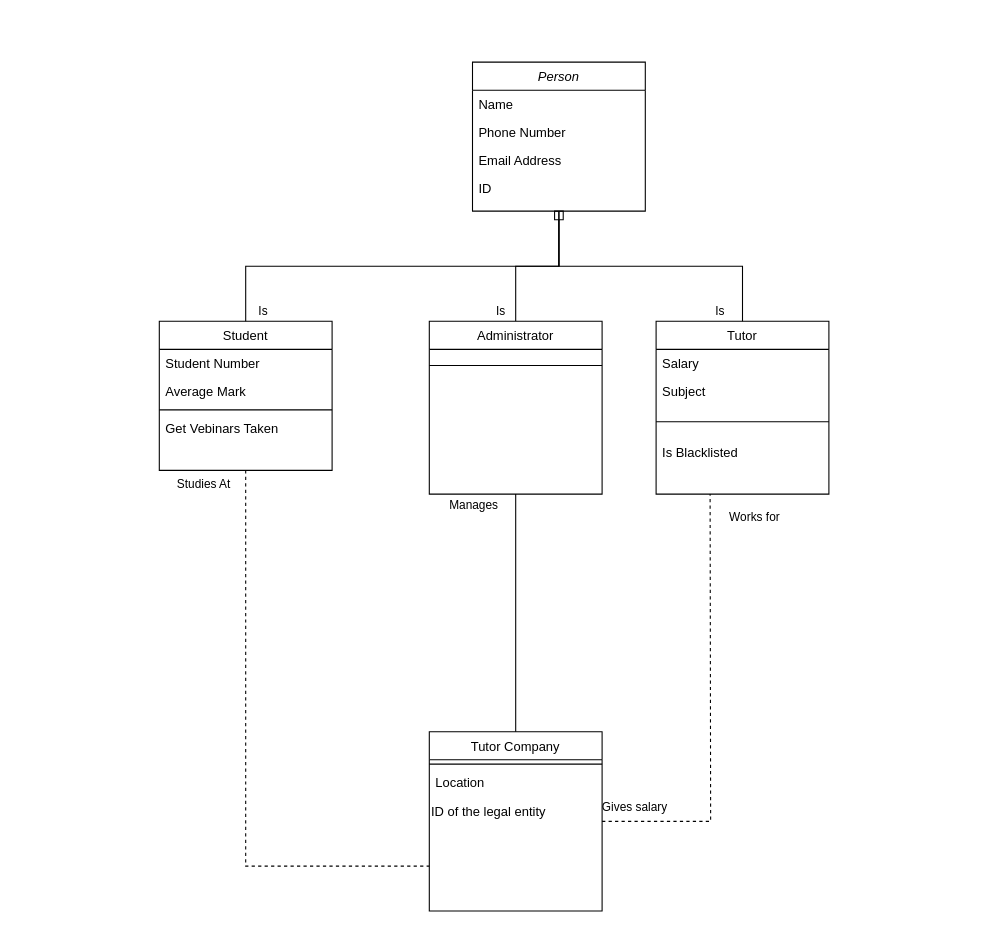
The draw.io diagram er_diagramm.drawio in H0p1ty/data_bases, before the edit. Source tidied: cells renumbered, new cells numbered last; positions are measured from the earlier drawing's top-left corner, leaving out a move shared by most shapes. Both pictures are drawn from the tidied source at 108%, with x=0, y=0 at pixel (159, 62).
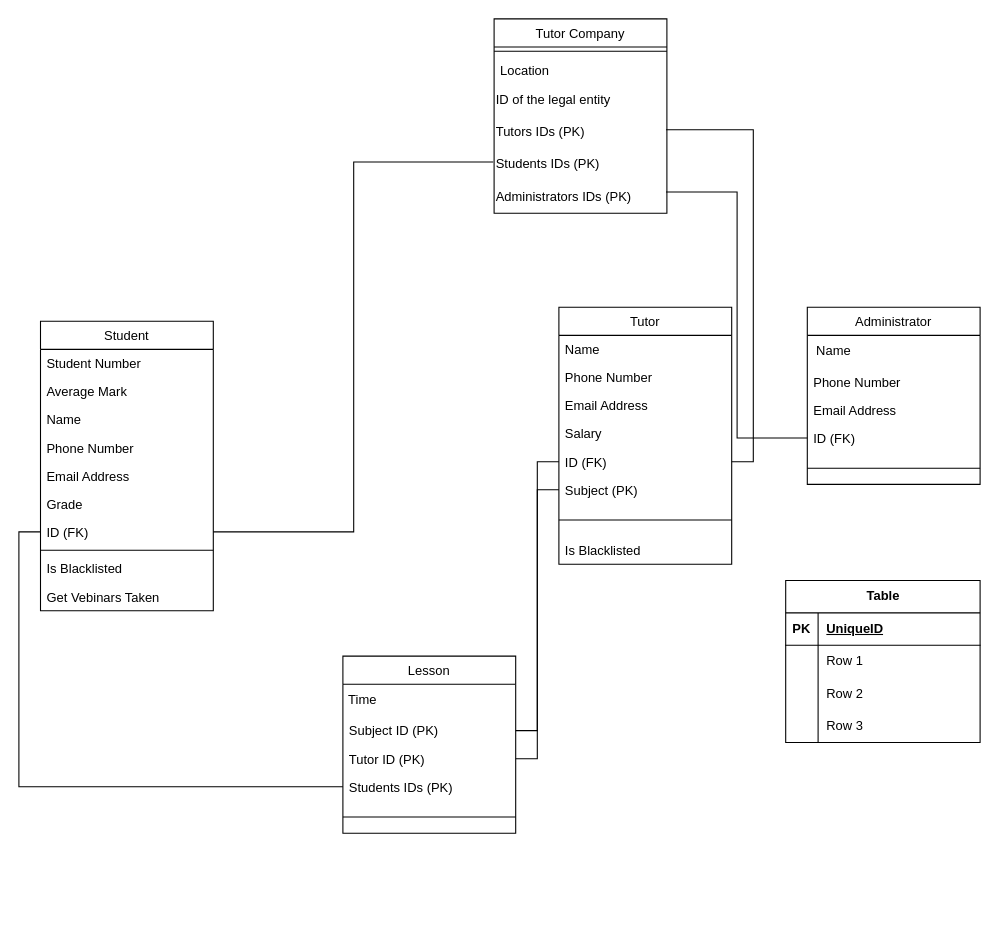
Above is the later version.

Diff of the diagram source:
```diff
@@
-    <mxCell id="2" value="Person" style="swimlane;fontStyle=2;align=center;verticalAlign=top;horizontal=1;startSize=26;rounded=0;shadow=0;strokeWidth=1;" parent="1" vertex="1">
-      <mxGeometry x="290" width="160" height="138" as="geometry" />
-    </mxCell>
+    <mxCell id="9" value="Student" style="swimlane;fontStyle=0;align=center;verticalAlign=top;horizontal=1;startSize=26;rounded=0;shadow=0;strokeWidth=1;" parent="1" vertex="1">
+      <mxGeometry x="-110" y="240" width="160" height="268" as="geometry" />
+    </mxCell>
+    <mxCell id="10" value="Student Number" style="text;align=left;verticalAlign=top;spacingLeft=4;spacingRight=4;overflow=hidden;" parent="9" vertex="1">
+      <mxGeometry y="26" width="160" height="26" as="geometry" />
+    </mxCell>
+    <mxCell id="11" value="Average Mark" style="text;align=left;verticalAlign=top;spacingLeft=4;spacingRight=4;overflow=hidden;rounded=0;shadow=0;html=0;" parent="9" vertex="1">
+      <mxGeometry y="52" width="160" height="26" as="geometry" />
+    </mxCell>
+    <mxCell id="36" value="Name" style="text;align=left;verticalAlign=top;spacingLeft=4;spacingRight=4;overflow=hidden;" parent="9" vertex="1">
+      <mxGeometry y="78" width="160" height="26" as="geometry" />
+    </mxCell>
+    <mxCell id="37" value="Phone Number" style="text;align=left;verticalAlign=top;spacingLeft=4;spacingRight=4;overflow=hidden;rounded=0;shadow=0;html=0;" parent="9" vertex="1">
+      <mxGeometry y="104" width="160" height="26" as="geometry" />
+    </mxCell>
+    <mxCell id="38" value="Email Address" style="text;align=left;verticalAlign=top;spacingLeft=4;spacingRight=4;overflow=hidden;rounded=0;shadow=0;html=0;" parent="9" vertex="1">
+      <mxGeometry y="130" width="160" height="26" as="geometry" />
+    </mxCell>
+    <mxCell id="39" value="Grade" style="text;align=left;verticalAlign=top;spacingLeft=4;spacingRight=4;overflow=hidden;rounded=0;shadow=0;html=0;" parent="9" vertex="1">
+      <mxGeometry y="156" width="160" height="26" as="geometry" />
+    </mxCell>
+    <mxCell id="40" value="ID (FK)" style="text;align=left;verticalAlign=top;spacingLeft=4;spacingRight=4;overflow=hidden;points=[[0,0.5],[1,0.5]];portConstraint=eastwest;" parent="9" vertex="1">
+      <mxGeometry y="182" width="160" height="26" as="geometry" />
+    </mxCell>
+    <mxCell id="12" style="line;html=1;strokeWidth=1;align=left;verticalAlign=middle;spacingTop=-1;spacingLeft=3;spacingRight=3;labelPosition=right;" parent="9" vertex="1">
+      <mxGeometry y="208" width="160" height="8" as="geometry" />
+    </mxCell>
+    <mxCell id="41" value="Is Blacklisted" style="text;align=left;verticalAlign=top;spacingLeft=4;spacingRight=4;overflow=hidden;" parent="9" vertex="1">
+      <mxGeometry y="216" width="160" height="26" as="geometry" />
+    </mxCell>
+    <mxCell id="13" value="Get Vebinars Taken" style="text;align=left;verticalAlign=top;spacingLeft=4;spacingRight=4;overflow=hidden;" parent="9" vertex="1">
+      <mxGeometry y="242" width="160" height="26" as="geometry" />
+    </mxCell>
+    <mxCell id="15" value="Tutor" style="swimlane;fontStyle=0;align=center;verticalAlign=top;horizontal=1;startSize=26;rounded=0;shadow=0;strokeWidth=1;" parent="1" vertex="1">
+      <mxGeometry x="370" y="227" width="160" height="238" as="geometry" />
+    </mxCell>
-    <mxCell id="3" value="Name" style="text;align=left;verticalAlign=top;spacingLeft=4;spacingRight=4;overflow=hidden;" parent="2" vertex="1">
+    <mxCell id="3" value="Name" style="text;align=left;verticalAlign=top;spacingLeft=4;spacingRight=4;overflow=hidden;" parent="15" vertex="1">
       <mxGeometry y="26" width="160" height="26" as="geometry" />
     </mxCell>
-    <mxCell id="4" value="Phone Number" style="text;align=left;verticalAlign=top;spacingLeft=4;spacingRight=4;overflow=hidden;rounded=0;shadow=0;html=0;" parent="2" vertex="1">
+    <mxCell id="4" value="Phone Number" style="text;align=left;verticalAlign=top;spacingLeft=4;spacingRight=4;overflow=hidden;rounded=0;shadow=0;html=0;" parent="15" vertex="1">
       <mxGeometry y="52" width="160" height="26" as="geometry" />
     </mxCell>
-    <mxCell id="5" value="Email Address" style="text;align=left;verticalAlign=top;spacingLeft=4;spacingRight=4;overflow=hidden;rounded=0;shadow=0;html=0;" parent="2" vertex="1">
+    <mxCell id="5" value="Email Address" style="text;align=left;verticalAlign=top;spacingLeft=4;spacingRight=4;overflow=hidden;rounded=0;shadow=0;html=0;" parent="15" vertex="1">
       <mxGeometry y="78" width="160" height="26" as="geometry" />
     </mxCell>
-    <mxCell id="6" value="ID" style="text;align=left;verticalAlign=top;spacingLeft=4;spacingRight=4;overflow=hidden;" parent="2" vertex="1">
-      <mxGeometry y="104" width="160" height="26" as="geometry" />
-    </mxCell>
-    <mxCell id="7" style="edgeStyle=orthogonalEdgeStyle;rounded=0;jettySize=auto;html=1;exitX=0.5;exitY=1;exitDx=0;exitDy=0;entryX=0;entryY=0.75;entryDx=0;entryDy=0;endArrow=none;endFill=0;dashed=1;" parent="1" edge="1" source="9" target="23">
-      <mxGeometry relative="1" as="geometry" />
-    </mxCell>
-    <mxCell id="8" value="Studies At" style="edgeLabel;html=1;align=center;verticalAlign=middle;" parent="7" vertex="1">
-      <mxGeometry x="0.57" y="2" relative="1" as="geometry">
-        <mxPoint x="-94" y="-352" as="offset" />
-      </mxGeometry>
-    </mxCell>
-    <mxCell id="9" value="Student" style="swimlane;fontStyle=0;align=center;verticalAlign=top;horizontal=1;startSize=26;rounded=0;shadow=0;strokeWidth=1;" parent="1" vertex="1">
-      <mxGeometry y="240" width="160" height="138" as="geometry" />
-    </mxCell>
-    <mxCell id="10" value="Student Number" style="text;align=left;verticalAlign=top;spacingLeft=4;spacingRight=4;overflow=hidden;" parent="9" vertex="1">
-      <mxGeometry y="26" width="160" height="26" as="geometry" />
-    </mxCell>
-    <mxCell id="11" value="Average Mark" style="text;align=left;verticalAlign=top;spacingLeft=4;spacingRight=4;overflow=hidden;rounded=0;shadow=0;html=0;" parent="9" vertex="1">
-      <mxGeometry y="52" width="160" height="26" as="geometry" />
-    </mxCell>
-    <mxCell id="12" style="line;html=1;strokeWidth=1;align=left;verticalAlign=middle;spacingTop=-1;spacingLeft=3;spacingRight=3;labelPosition=right;" parent="9" vertex="1">
-      <mxGeometry y="78" width="160" height="8" as="geometry" />
-    </mxCell>
-    <mxCell id="13" value="Get Vebinars Taken" style="text;align=left;verticalAlign=top;spacingLeft=4;spacingRight=4;overflow=hidden;" parent="9" vertex="1">
-      <mxGeometry y="86" width="160" height="26" as="geometry" />
-    </mxCell>
-    <mxCell id="14" style="endArrow=none;endSize=10;endFill=0;shadow=0;strokeWidth=1;rounded=0;curved=0;edgeStyle=elbowEdgeStyle;elbow=vertical;" parent="1" edge="1" source="9" target="2">
-      <mxGeometry relative="1" as="geometry" />
-    </mxCell>
-    <mxCell id="15" value="Tutor" style="swimlane;fontStyle=0;align=center;verticalAlign=top;horizontal=1;startSize=26;rounded=0;shadow=0;strokeWidth=1;" parent="1" vertex="1">
-      <mxGeometry x="460" y="240" width="160" height="160" as="geometry" />
-    </mxCell>
     <mxCell id="16" value="Salary" style="text;align=left;verticalAlign=top;spacingLeft=4;spacingRight=4;overflow=hidden;" parent="15" vertex="1">
-      <mxGeometry y="26" width="160" height="26" as="geometry" />
+      <mxGeometry y="104" width="160" height="26" as="geometry" />
     </mxCell>
+    <mxCell id="42" value="ID (FK)" style="text;align=left;verticalAlign=top;spacingLeft=4;spacingRight=4;overflow=hidden;points=[[0,0.5],[1,0.5]];portConstraint=eastwest;" parent="15" vertex="1">
+      <mxGeometry y="130" width="160" height="26" as="geometry" />
+    </mxCell>
-    <mxCell id="17" value="Subject" style="text;align=left;verticalAlign=top;spacingLeft=4;spacingRight=4;overflow=hidden;points=[[0,0.5],[1,0.5]];portConstraint=eastwest;" parent="15" vertex="1">
-      <mxGeometry y="52" width="160" height="26" as="geometry" />
+    <mxCell id="17" value="Subject (PK)" style="text;align=left;verticalAlign=top;spacingLeft=4;spacingRight=4;overflow=hidden;points=[[0,0.5],[1,0.5]];portConstraint=eastwest;" parent="15" vertex="1">
+      <mxGeometry y="156" width="160" height="26" as="geometry" />
     </mxCell>
     <mxCell id="18" style="line;html=1;strokeWidth=1;align=left;verticalAlign=middle;spacingTop=-1;spacingLeft=3;spacingRight=3;labelPosition=right;" parent="15" vertex="1">
-      <mxGeometry y="78" width="160" height="30" as="geometry" />
+      <mxGeometry y="182" width="160" height="30" as="geometry" />
     </mxCell>
     <mxCell id="19" value="Is Blacklisted" style="text;align=left;verticalAlign=top;spacingLeft=4;spacingRight=4;overflow=hidden;" parent="15" vertex="1">
-      <mxGeometry y="108" width="160" height="26" as="geometry" />
+      <mxGeometry y="212" width="160" height="26" as="geometry" />
     </mxCell>
-    <mxCell id="20" style="endArrow=none;endSize=10;endFill=0;shadow=0;strokeWidth=1;rounded=0;curved=0;edgeStyle=elbowEdgeStyle;elbow=vertical;" parent="1" edge="1" source="15" target="2">
-      <mxGeometry relative="1" as="geometry" />
-    </mxCell>
-    <mxCell id="21" style="edgeStyle=orthogonalEdgeStyle;rounded=0;jettySize=auto;html=1;endArrow=none;endFill=0;dashed=1;" parent="1" edge="1" source="23">
-      <mxGeometry relative="1" as="geometry">
-        <mxPoint x="510" y="400" as="targetPoint" />
-      </mxGeometry>
-    </mxCell>
-    <mxCell id="22" value="Gives salary" style="edgeLabel;html=1;align=center;verticalAlign=middle;" parent="21" vertex="1">
-      <mxGeometry x="-0.46" relative="1" as="geometry">
-        <mxPoint x="-71" y="-5" as="offset" />
-      </mxGeometry>
-    </mxCell>
     <mxCell id="23" value="Tutor Company" style="swimlane;fontStyle=0;align=center;verticalAlign=top;horizontal=1;startSize=26;rounded=0;shadow=0;strokeWidth=1;" parent="1" vertex="1">
-      <mxGeometry x="250" y="620" width="160" height="166" as="geometry" />
+      <mxGeometry x="310" y="-40" width="160" height="180" as="geometry" />
     </mxCell>
@@
-    <mxCell id="27" style="edgeStyle=orthogonalEdgeStyle;rounded=0;jettySize=auto;html=1;exitX=0.5;exitY=1;exitDx=0;exitDy=0;entryX=0.5;entryY=0;entryDx=0;entryDy=0;endArrow=none;endFill=0;" parent="1" edge="1" source="30" target="23">
-      <mxGeometry relative="1" as="geometry" />
-    </mxCell>
-    <mxCell id="28" value="Manages" style="edgeLabel;html=1;align=center;verticalAlign=middle;" parent="27" vertex="1">
-      <mxGeometry y="-3" relative="1" as="geometry">
-        <mxPoint x="-37" y="-101" as="offset" />
-      </mxGeometry>
-    </mxCell>
-    <mxCell id="29" style="edgeStyle=orthogonalEdgeStyle;rounded=0;jettySize=auto;html=1;entryX=0.5;entryY=1;entryDx=0;entryDy=0;endArrow=box;endFill=0;" parent="1" edge="1" source="30" target="2">
-      <mxGeometry relative="1" as="geometry" />
-    </mxCell>
+    <mxCell id="43" value="Tutors IDs (PK)" style="text;html=1;align=left;verticalAlign=middle;points=[];strokeColor=none;fillColor=none;" parent="23" vertex="1">
+      <mxGeometry y="90" width="160" height="30" as="geometry" />
+    </mxCell>
+    <mxCell id="44" value="Students IDs (PK)" style="text;html=1;align=left;verticalAlign=middle;points=[];strokeColor=none;fillColor=none;" parent="23" vertex="1">
+      <mxGeometry y="120" width="160" height="30" as="geometry" />
+    </mxCell>
+    <mxCell id="45" value="Administrators IDs (PK)" style="text;html=1;align=left;verticalAlign=middle;points=[];strokeColor=none;fillColor=none;" parent="23" vertex="1">
+      <mxGeometry y="150" width="160" height="30" as="geometry" />
+    </mxCell>
     <mxCell id="30" value="Administrator" style="swimlane;fontStyle=0;align=center;verticalAlign=top;horizontal=1;startSize=26;rounded=0;shadow=0;strokeWidth=1;" parent="1" vertex="1">
-      <mxGeometry x="250" y="240" width="160" height="160" as="geometry" />
+      <mxGeometry x="600" y="227" width="160" height="164" as="geometry" />
     </mxCell>
+    <mxCell id="46" value="&lt;span style=&quot;&quot;&gt;&amp;nbsp; Name&lt;/span&gt;" style="text;html=1;align=left;verticalAlign=middle;strokeColor=none;fillColor=none;" parent="30" vertex="1">
+      <mxGeometry y="26" width="160" height="30" as="geometry" />
+    </mxCell>
+    <mxCell id="47" value="Phone Number" style="text;align=left;verticalAlign=top;spacingLeft=4;spacingRight=4;overflow=hidden;rounded=0;shadow=0;html=0;" parent="30" vertex="1">
+      <mxGeometry y="56" width="160" height="26" as="geometry" />
+    </mxCell>
+    <mxCell id="48" value="Email Address" style="text;align=left;verticalAlign=top;spacingLeft=4;spacingRight=4;overflow=hidden;rounded=0;shadow=0;html=0;" parent="30" vertex="1">
+      <mxGeometry y="82" width="160" height="26" as="geometry" />
+    </mxCell>
+    <mxCell id="49" value="ID (FK)" style="text;align=left;verticalAlign=top;spacingLeft=4;spacingRight=4;overflow=hidden;points=[[0,0.5],[1,0.5]];portConstraint=eastwest;" parent="30" vertex="1">
+      <mxGeometry y="108" width="160" height="26" as="geometry" />
+    </mxCell>
     <mxCell id="31" style="line;html=1;strokeWidth=1;align=left;verticalAlign=middle;spacingTop=-1;spacingLeft=3;spacingRight=3;labelPosition=right;" parent="30" vertex="1">
-      <mxGeometry y="26" width="160" height="30" as="geometry" />
+      <mxGeometry y="134" width="160" height="30" as="geometry" />
     </mxCell>
-    <mxCell id="32" value="Works for" style="edgeLabel;html=1;align=center;verticalAlign=middle;" parent="1" vertex="1">
-      <mxGeometry x="550" y="420" as="geometry" />
-    </mxCell>
-    <mxCell id="33" value="Is" style="edgeLabel;html=1;align=center;verticalAlign=middle;" parent="1" vertex="1">
-      <mxGeometry x="100" y="230" as="geometry">
-        <mxPoint x="-5" as="offset" />
-      </mxGeometry>
-    </mxCell>
-    <mxCell id="34" value="Is" style="edgeLabel;html=1;align=center;verticalAlign=middle;" parent="1" vertex="1">
-      <mxGeometry x="320" y="230" as="geometry">
-        <mxPoint x="-5" as="offset" />
-      </mxGeometry>
-    </mxCell>
-    <mxCell id="35" value="Is" style="edgeLabel;html=1;align=center;verticalAlign=middle;" parent="1" vertex="1">
-      <mxGeometry x="330" y="210" as="geometry">
-        <mxPoint x="188" y="20" as="offset" />
-      </mxGeometry>
-    </mxCell>
+    <mxCell id="50" value="Lesson" style="swimlane;fontStyle=0;align=center;verticalAlign=top;horizontal=1;startSize=26;rounded=0;shadow=0;strokeWidth=1;" parent="1" vertex="1">
+      <mxGeometry x="170" y="550" width="160" height="164" as="geometry" />
+    </mxCell>
+    <mxCell id="51" value="&lt;span style=&quot;&quot;&gt;&amp;nbsp;Time&lt;/span&gt;" style="text;html=1;align=left;verticalAlign=middle;strokeColor=none;fillColor=none;" parent="50" vertex="1">
+      <mxGeometry y="26" width="160" height="30" as="geometry" />
+    </mxCell>
+    <mxCell id="52" value="Subject ID (PK)" style="text;align=left;verticalAlign=top;spacingLeft=4;spacingRight=4;overflow=hidden;points=[[0,0.5],[1,0.5]];portConstraint=eastwest;rounded=0;shadow=0;html=0;" parent="50" vertex="1">
+      <mxGeometry y="56" width="160" height="26" as="geometry" />
+    </mxCell>
+    <mxCell id="53" value="Tutor ID (PK)" style="text;align=left;verticalAlign=top;spacingLeft=4;spacingRight=4;overflow=hidden;points=[[0,0.5],[1,0.5]];portConstraint=eastwest;rounded=0;shadow=0;html=0;" parent="50" vertex="1">
+      <mxGeometry y="82" width="160" height="26" as="geometry" />
+    </mxCell>
+    <mxCell id="54" value="Students IDs (PK)" style="text;align=left;verticalAlign=top;spacingLeft=4;spacingRight=4;overflow=hidden;points=[[0,0.5],[1,0.5]];portConstraint=eastwest;" parent="50" vertex="1">
+      <mxGeometry y="108" width="160" height="26" as="geometry" />
+    </mxCell>
+    <mxCell id="55" style="line;html=1;strokeWidth=1;align=left;verticalAlign=middle;spacingTop=-1;spacingLeft=3;spacingRight=3;labelPosition=right;" parent="50" vertex="1">
+      <mxGeometry y="134" width="160" height="30" as="geometry" />
+    </mxCell>
+    <mxCell id="56" style="edgeStyle=orthogonalEdgeStyle;rounded=0;jettySize=auto;html=1;exitX=0;exitY=0.5;exitDx=0;exitDy=0;entryX=0;entryY=0.5;entryDx=0;entryDy=0;endArrow=none;endFill=0;" parent="1" edge="1" source="40" target="54">
+      <mxGeometry relative="1" as="geometry" />
+    </mxCell>
+    <mxCell id="57" style="edgeStyle=orthogonalEdgeStyle;rounded=0;jettySize=auto;html=1;exitX=0;exitY=0.5;exitDx=0;exitDy=0;entryX=1;entryY=0.5;entryDx=0;entryDy=0;endArrow=none;endFill=0;" parent="1" edge="1" source="42" target="53">
+      <mxGeometry relative="1" as="geometry" />
+    </mxCell>
+    <mxCell id="58" style="edgeStyle=orthogonalEdgeStyle;rounded=0;jettySize=auto;html=1;exitX=0;exitY=0.5;exitDx=0;exitDy=0;entryX=1;entryY=0.5;entryDx=0;entryDy=0;endArrow=none;endFill=0;" parent="1" edge="1" source="17" target="52">
+      <mxGeometry relative="1" as="geometry" />
+    </mxCell>
+    <mxCell id="59" style="edgeStyle=orthogonalEdgeStyle;rounded=0;jettySize=auto;html=1;exitX=1;exitY=0.5;exitDx=0;exitDy=0;entryX=-0.005;entryY=0.416;entryDx=0;entryDy=0;entryPerimeter=0;endArrow=none;endFill=0;" parent="1" edge="1" source="40" target="44">
+      <mxGeometry relative="1" as="geometry" />
+    </mxCell>
+    <mxCell id="60" style="edgeStyle=orthogonalEdgeStyle;rounded=0;jettySize=auto;html=1;exitX=1;exitY=0.5;exitDx=0;exitDy=0;entryX=0.995;entryY=0.42;entryDx=0;entryDy=0;entryPerimeter=0;endArrow=none;endFill=0;" parent="1" edge="1" source="42" target="43">
+      <mxGeometry relative="1" as="geometry" />
+    </mxCell>
+    <mxCell id="61" style="edgeStyle=orthogonalEdgeStyle;rounded=0;jettySize=auto;html=1;exitX=0;exitY=0.5;exitDx=0;exitDy=0;entryX=0.995;entryY=0.34;entryDx=0;entryDy=0;entryPerimeter=0;endArrow=none;endFill=0;" parent="1" edge="1" source="49" target="45">
+      <mxGeometry relative="1" as="geometry" />
+    </mxCell>
+    <mxCell id="62" value="Table" style="shape=table;startSize=30;childLayout=tableLayout;rowLines=0;fontStyle=1;align=center;html=1;" parent="1" vertex="1">
+      <mxGeometry x="580" y="480" width="180" height="150" as="geometry" />
+    </mxCell>
+    <mxCell id="63" style="shape=tableRow;horizontal=0;startSize=0;swimlaneHead=0;swimlaneBody=0;fillColor=none;top=0;left=0;right=0;bottom=1;" parent="62" vertex="1">
+      <mxGeometry y="30" width="180" height="30" as="geometry" />
+    </mxCell>
+    <mxCell id="64" value="PK" style="shape=partialRectangle;fillColor=none;top=0;left=0;bottom=0;right=0;fontStyle=1;overflow=hidden;whiteSpace=wrap;html=1;" parent="63" vertex="1">
+      <mxGeometry width="30" height="30" as="geometry" />
+    </mxCell>
+    <mxCell id="65" value="UniqueID" style="shape=partialRectangle;fillColor=none;top=0;left=0;bottom=0;right=0;align=left;spacingLeft=6;fontStyle=5;overflow=hidden;whiteSpace=wrap;html=1;" parent="63" vertex="1">
+      <mxGeometry x="30" width="150" height="30" as="geometry" />
+    </mxCell>
+    <mxCell id="66" style="shape=tableRow;horizontal=0;startSize=0;swimlaneHead=0;swimlaneBody=0;fillColor=none;top=0;left=0;right=0;bottom=0;" parent="62" vertex="1">
+      <mxGeometry y="60" width="180" height="30" as="geometry" />
+    </mxCell>
+    <mxCell id="67" style="shape=partialRectangle;fillColor=none;top=0;left=0;bottom=0;right=0;overflow=hidden;whiteSpace=wrap;html=1;" parent="66" vertex="1">
+      <mxGeometry width="30" height="30" as="geometry" />
+    </mxCell>
+    <mxCell id="68" value="Row 1" style="shape=partialRectangle;fillColor=none;top=0;left=0;bottom=0;right=0;align=left;spacingLeft=6;overflow=hidden;whiteSpace=wrap;html=1;" parent="66" vertex="1">
+      <mxGeometry x="30" width="150" height="30" as="geometry" />
+    </mxCell>
+    <mxCell id="69" style="shape=tableRow;horizontal=0;startSize=0;swimlaneHead=0;swimlaneBody=0;fillColor=none;top=0;left=0;right=0;bottom=0;" parent="62" vertex="1">
+      <mxGeometry y="90" width="180" height="30" as="geometry" />
+    </mxCell>
+    <mxCell id="70" style="shape=partialRectangle;fillColor=none;top=0;left=0;bottom=0;right=0;overflow=hidden;whiteSpace=wrap;html=1;" parent="69" vertex="1">
+      <mxGeometry width="30" height="30" as="geometry" />
+    </mxCell>
+    <mxCell id="71" value="Row 2" style="shape=partialRectangle;fillColor=none;top=0;left=0;bottom=0;right=0;align=left;spacingLeft=6;overflow=hidden;whiteSpace=wrap;html=1;" parent="69" vertex="1">
+      <mxGeometry x="30" width="150" height="30" as="geometry" />
+    </mxCell>
+    <mxCell id="72" style="shape=tableRow;horizontal=0;startSize=0;swimlaneHead=0;swimlaneBody=0;fillColor=none;top=0;left=0;right=0;bottom=0;" parent="62" vertex="1">
+      <mxGeometry y="120" width="180" height="30" as="geometry" />
+    </mxCell>
+    <mxCell id="73" style="shape=partialRectangle;fillColor=none;top=0;left=0;bottom=0;right=0;overflow=hidden;whiteSpace=wrap;html=1;" parent="72" vertex="1">
+      <mxGeometry width="30" height="30" as="geometry" />
+    </mxCell>
+    <mxCell id="74" value="Row 3" style="shape=partialRectangle;fillColor=none;top=0;left=0;bottom=0;right=0;align=left;spacingLeft=6;overflow=hidden;whiteSpace=wrap;html=1;" parent="72" vertex="1">
+      <mxGeometry x="30" width="150" height="30" as="geometry" />
+    </mxCell>
```
